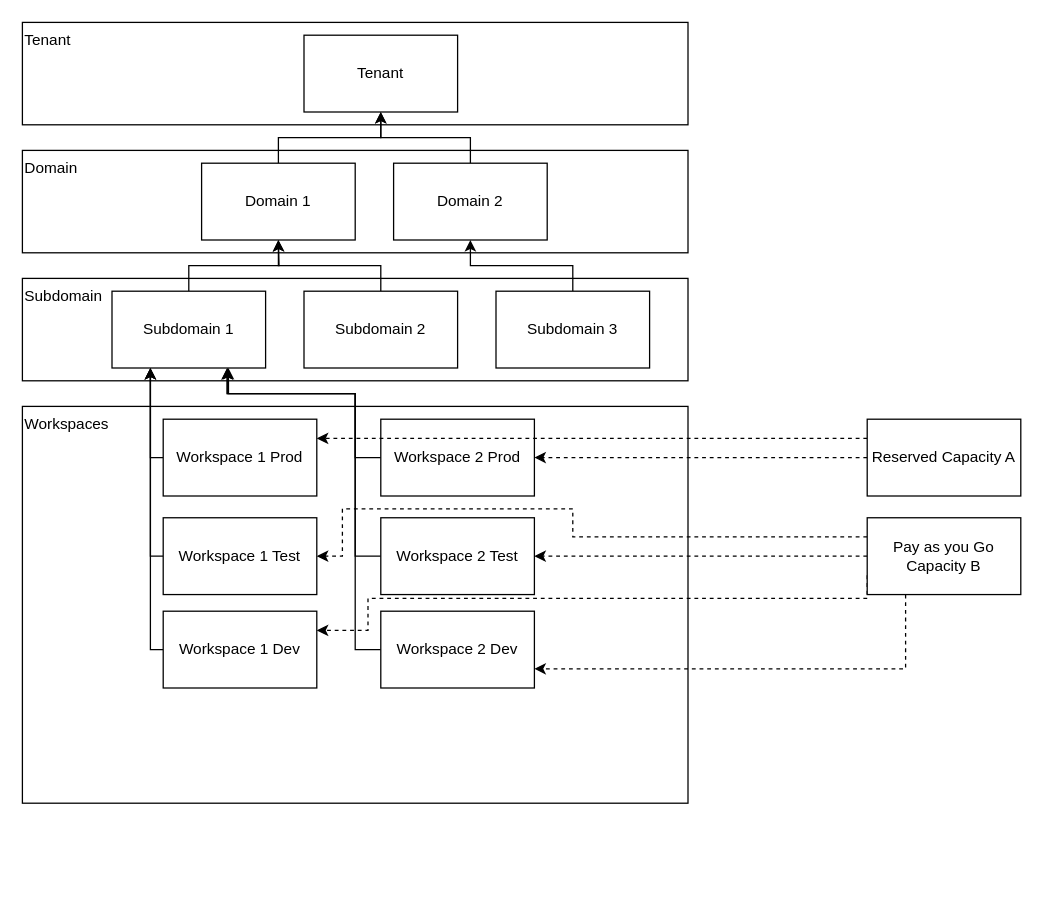
This is page "Fabric Hierarchy - Organigram" (3 of 5) of Fabric.drawio from jugi92/useful_architectures, a draw.io file, before an edit. Source tidied: cells renumbered, new cells numbered last; positions are measured from the earlier drawing's top-left corner, leaving out a move shared by most shapes. Both pictures are drawn from the tidied source at 128%, with x=0, y=0 at pixel (22, 22). Pictures stored in the file or linked from it are replaced by grey dashed boxes.
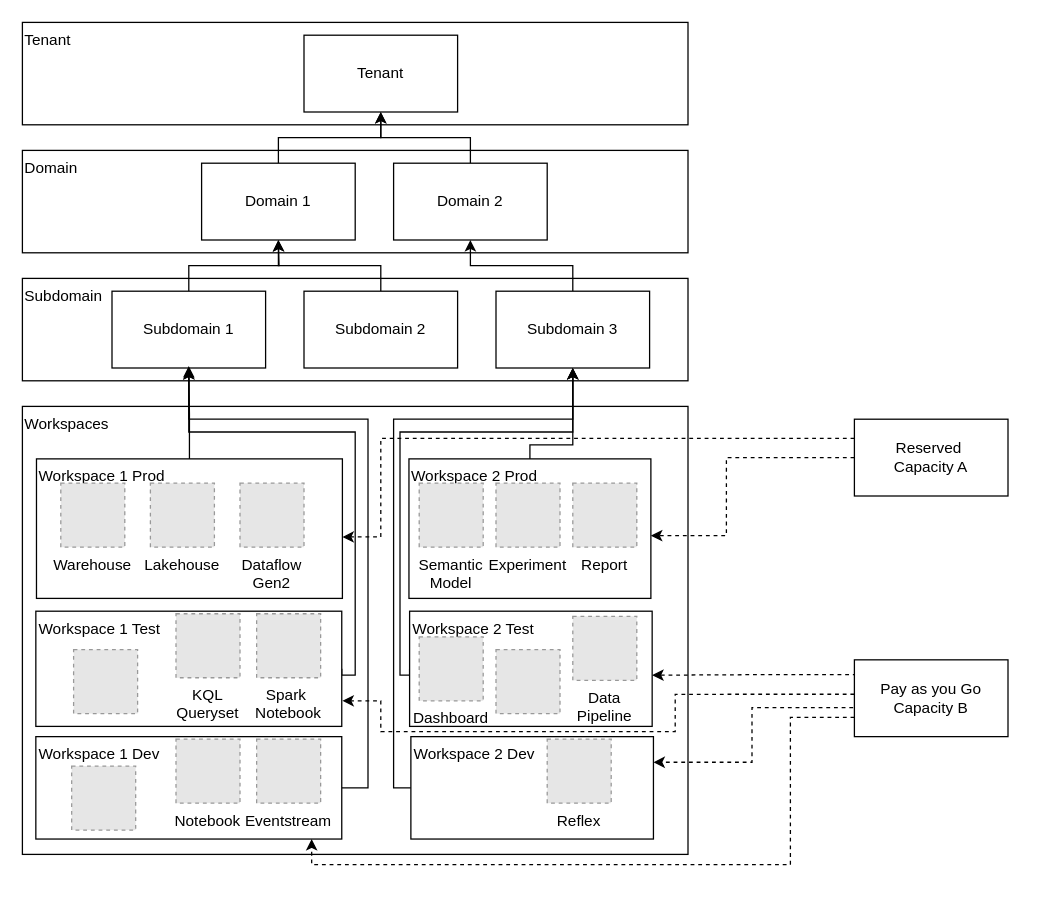
The same diagram, later.

The change refers to these unchanged cells:
```xml
<mxCell id="11" value="Subdomain 1" style="rounded=0;whiteSpace=wrap;html=1;" parent="1" vertex="1">
  <mxGeometry x="70" y="210" width="120" height="60" as="geometry" />
</mxCell>
<mxCell id="15" value="Subdomain 3" style="rounded=0;whiteSpace=wrap;html=1;" parent="1" vertex="1">
  <mxGeometry x="370" y="210" width="120" height="60" as="geometry" />
</mxCell>
```

What changed in the source:
```diff
@@
     <mxCell id="16" value="Workspaces" style="rounded=0;whiteSpace=wrap;html=1;verticalAlign=top;align=left;" parent="1" vertex="1">
-      <mxGeometry y="300" width="520" height="310" as="geometry" />
+      <mxGeometry y="300" width="520" height="350" as="geometry" />
     </mxCell>
-    <mxCell id="17" style="edgeStyle=orthogonalEdgeStyle;rounded=0;jettySize=auto;html=1;entryX=0.25;entryY=1;entryDx=0;entryDy=0;exitX=0;exitY=0.5;exitDx=0;exitDy=0;" parent="1" edge="1" source="18" target="11">
-      <mxGeometry relative="1" as="geometry">
-        <Array as="points">
-          <mxPoint x="100" y="340" />
-        </Array>
-      </mxGeometry>
+    <mxCell id="17" style="edgeStyle=orthogonalEdgeStyle;rounded=0;jettySize=auto;html=1;exitX=0.5;exitY=0;exitDx=0;exitDy=0;entryX=0.5;entryY=1;entryDx=0;entryDy=0;" parent="1" edge="1" source="18" target="11">
+      <mxGeometry relative="1" as="geometry" />
     </mxCell>
-    <mxCell id="18" value="Workspace 1 Prod" style="rounded=0;whiteSpace=wrap;html=1;" parent="1" vertex="1">
-      <mxGeometry x="110" y="310" width="120" height="60" as="geometry" />
+    <mxCell id="18" value="Workspace 1 Prod" style="rounded=0;whiteSpace=wrap;html=1;verticalAlign=top;align=left;" parent="1" vertex="1">
+      <mxGeometry x="11" y="341" width="239" height="109" as="geometry" />
     </mxCell>
+    <mxCell id="21" style="edgeStyle=orthogonalEdgeStyle;rounded=0;jettySize=auto;html=1;exitX=1;exitY=0.5;exitDx=0;exitDy=0;entryX=0.5;entryY=0.974;entryDx=0;entryDy=0;entryPerimeter=0;" parent="1" edge="1" source="22" target="11">
+      <mxGeometry relative="1" as="geometry">
+        <Array as="points">
+          <mxPoint x="260" y="510" />
+          <mxPoint x="260" y="320" />
+          <mxPoint x="130" y="320" />
+        </Array>
+      </mxGeometry>
+    </mxCell>
+    <mxCell id="22" value="Workspace 1 Test" style="rounded=0;whiteSpace=wrap;html=1;verticalAlign=top;align=left;" parent="1" vertex="1">
+      <mxGeometry x="10.5" y="460" width="239" height="90" as="geometry" />
+    </mxCell>
-    <mxCell id="19" style="edgeStyle=orthogonalEdgeStyle;rounded=0;jettySize=auto;html=1;exitX=0;exitY=0.5;exitDx=0;exitDy=0;entryX=0.25;entryY=1;entryDx=0;entryDy=0;" parent="1" edge="1" source="20" target="11">
+    <mxCell id="19" style="edgeStyle=orthogonalEdgeStyle;rounded=0;jettySize=auto;html=1;exitX=1;exitY=0.5;exitDx=0;exitDy=0;entryX=0.5;entryY=1;entryDx=0;entryDy=0;" parent="1" edge="1" source="20" target="11">
       <mxGeometry relative="1" as="geometry">
         <Array as="points">
-          <mxPoint x="100" y="490" />
+          <mxPoint x="270" y="598" />
+          <mxPoint x="270" y="310" />
+          <mxPoint x="130" y="310" />
         </Array>
       </mxGeometry>
     </mxCell>
-    <mxCell id="20" value="Workspace 1 Dev" style="rounded=0;whiteSpace=wrap;html=1;" parent="1" vertex="1">
-      <mxGeometry x="110" y="460" width="120" height="60" as="geometry" />
+    <mxCell id="20" value="Workspace 1 Dev" style="rounded=0;whiteSpace=wrap;html=1;verticalAlign=top;align=left;" parent="1" vertex="1">
+      <mxGeometry x="10.5" y="558" width="239" height="80" as="geometry" />
     </mxCell>
-    <mxCell id="21" style="edgeStyle=orthogonalEdgeStyle;rounded=0;jettySize=auto;html=1;entryX=0.25;entryY=1;entryDx=0;entryDy=0;exitX=0;exitY=0.5;exitDx=0;exitDy=0;" parent="1" edge="1" source="22" target="11">
-      <mxGeometry relative="1" as="geometry">
-        <Array as="points">
-          <mxPoint x="100" y="417" />
-        </Array>
-      </mxGeometry>
-    </mxCell>
-    <mxCell id="22" value="Workspace 1 Test" style="rounded=0;whiteSpace=wrap;html=1;" parent="1" vertex="1">
-      <mxGeometry x="110" y="387" width="120" height="60" as="geometry" />
-    </mxCell>
-    <mxCell id="23" style="edgeStyle=orthogonalEdgeStyle;rounded=0;jettySize=auto;html=1;exitX=0;exitY=0.5;exitDx=0;exitDy=0;" parent="1" edge="1" source="24" target="11">
-      <mxGeometry relative="1" as="geometry">
-        <Array as="points">
-          <mxPoint x="260" y="340" />
-          <mxPoint x="260" y="290" />
-          <mxPoint x="161" y="290" />
-        </Array>
-      </mxGeometry>
-    </mxCell>
+    <mxCell id="37" style="edgeStyle=orthogonalEdgeStyle;rounded=0;jettySize=auto;html=1;exitX=0.5;exitY=0;exitDx=0;exitDy=0;entryX=0.5;entryY=1;entryDx=0;entryDy=0;" parent="1" edge="1" source="24" target="15">
+      <mxGeometry relative="1" as="geometry">
+        <Array as="points">
+          <mxPoint x="397" y="330" />
+          <mxPoint x="430" y="330" />
+        </Array>
+      </mxGeometry>
+    </mxCell>
-    <mxCell id="24" value="Workspace 2 Prod" style="rounded=0;whiteSpace=wrap;html=1;" parent="1" vertex="1">
-      <mxGeometry x="280" y="310" width="120" height="60" as="geometry" />
+    <mxCell id="24" value="Workspace 2 Prod" style="rounded=0;whiteSpace=wrap;html=1;verticalAlign=top;align=left;" parent="1" vertex="1">
+      <mxGeometry x="302" y="341" width="189" height="109" as="geometry" />
     </mxCell>
-    <mxCell id="25" style="edgeStyle=orthogonalEdgeStyle;rounded=0;jettySize=auto;html=1;exitX=0;exitY=0.5;exitDx=0;exitDy=0;entryX=0.75;entryY=1;entryDx=0;entryDy=0;" parent="1" edge="1" source="26" target="11">
-      <mxGeometry relative="1" as="geometry">
-        <Array as="points">
-          <mxPoint x="260" y="490" />
-          <mxPoint x="260" y="290" />
-          <mxPoint x="160" y="290" />
-        </Array>
-      </mxGeometry>
-    </mxCell>
+    <mxCell id="38" style="edgeStyle=orthogonalEdgeStyle;rounded=0;jettySize=auto;html=1;exitX=0;exitY=0.5;exitDx=0;exitDy=0;entryX=0.5;entryY=1;entryDx=0;entryDy=0;" parent="1" edge="1" source="28" target="15">
+      <mxGeometry relative="1" as="geometry">
+        <Array as="points">
+          <mxPoint x="295" y="510" />
+          <mxPoint x="295" y="320" />
+          <mxPoint x="430" y="320" />
+        </Array>
+      </mxGeometry>
+    </mxCell>
+    <mxCell id="28" value="Workspace 2 Test" style="rounded=0;whiteSpace=wrap;html=1;verticalAlign=top;align=left;" parent="1" vertex="1">
+      <mxGeometry x="302.5" y="460" width="189.5" height="90" as="geometry" />
+    </mxCell>
+    <mxCell id="39" style="edgeStyle=orthogonalEdgeStyle;rounded=0;jettySize=auto;html=1;exitX=0;exitY=0.5;exitDx=0;exitDy=0;entryX=0.5;entryY=1;entryDx=0;entryDy=0;" parent="1" edge="1" source="26" target="15">
+      <mxGeometry relative="1" as="geometry">
+        <Array as="points">
+          <mxPoint x="290" y="598" />
+          <mxPoint x="290" y="310" />
+          <mxPoint x="430" y="310" />
+        </Array>
+      </mxGeometry>
+    </mxCell>
-    <mxCell id="26" value="Workspace 2 Dev" style="rounded=0;whiteSpace=wrap;html=1;" parent="1" vertex="1">
-      <mxGeometry x="280" y="460" width="120" height="60" as="geometry" />
+    <mxCell id="26" value="Workspace 2 Dev" style="rounded=0;whiteSpace=wrap;html=1;verticalAlign=top;align=left;" parent="1" vertex="1">
+      <mxGeometry x="303.5" y="558" width="189.5" height="80" as="geometry" />
     </mxCell>
-    <mxCell id="27" style="edgeStyle=orthogonalEdgeStyle;rounded=0;jettySize=auto;html=1;exitX=0;exitY=0.5;exitDx=0;exitDy=0;" parent="1" edge="1" source="28" target="11">
-      <mxGeometry relative="1" as="geometry">
-        <Array as="points">
-          <mxPoint x="260" y="417" />
-          <mxPoint x="260" y="290" />
-          <mxPoint x="160" y="290" />
-        </Array>
-      </mxGeometry>
-    </mxCell>
-    <mxCell id="28" value="Workspace 2 Test" style="rounded=0;whiteSpace=wrap;html=1;" parent="1" vertex="1">
-      <mxGeometry x="280" y="387" width="120" height="60" as="geometry" />
-    </mxCell>
-    <mxCell id="29" style="edgeStyle=orthogonalEdgeStyle;rounded=0;jettySize=auto;html=1;exitX=0;exitY=0.5;exitDx=0;exitDy=0;entryX=1;entryY=0.5;entryDx=0;entryDy=0;dashed=1;" parent="1" edge="1" source="31" target="24">
-      <mxGeometry relative="1" as="geometry" />
-    </mxCell>
-    <mxCell id="30" style="edgeStyle=orthogonalEdgeStyle;rounded=0;jettySize=auto;html=1;exitX=0;exitY=0.25;exitDx=0;exitDy=0;entryX=1;entryY=0.25;entryDx=0;entryDy=0;dashed=1;" parent="1" edge="1" source="31" target="18">
-      <mxGeometry relative="1" as="geometry" />
-    </mxCell>
+    <mxCell id="40" parent="0" />
+    <mxCell id="41" style="edgeStyle=orthogonalEdgeStyle;rounded=0;jettySize=auto;html=1;exitX=0;exitY=0.5;exitDx=0;exitDy=0;entryX=1;entryY=0.5;entryDx=0;entryDy=0;dashed=1;" parent="40" edge="1" source="31">
+      <mxGeometry relative="1" as="geometry">
+        <mxPoint x="491" y="401" as="targetPoint" />
+        <Array as="points">
+          <mxPoint x="550" y="340" />
+          <mxPoint x="550" y="401" />
+        </Array>
+      </mxGeometry>
+    </mxCell>
+    <mxCell id="42" style="edgeStyle=orthogonalEdgeStyle;rounded=0;jettySize=auto;html=1;exitX=0;exitY=0.25;exitDx=0;exitDy=0;dashed=1;" parent="40" edge="1" source="31">
+      <mxGeometry relative="1" as="geometry">
+        <mxPoint x="250" y="402" as="targetPoint" />
+        <Array as="points">
+          <mxPoint x="280" y="325" />
+          <mxPoint x="280" y="402" />
+        </Array>
+      </mxGeometry>
+    </mxCell>
-    <mxCell id="31" value="Reserved Capacity A" style="rounded=0;whiteSpace=wrap;html=1;" parent="1" vertex="1">
-      <mxGeometry x="660" y="310" width="120" height="60" as="geometry" />
+    <mxCell id="31" value="Reserved&amp;nbsp;&lt;div&gt;Capacity A&lt;/div&gt;" style="rounded=0;whiteSpace=wrap;html=1;" parent="40" vertex="1">
+      <mxGeometry x="650" y="310" width="120" height="60" as="geometry" />
     </mxCell>
-    <mxCell id="32" style="edgeStyle=orthogonalEdgeStyle;rounded=0;jettySize=auto;html=1;exitX=0;exitY=0.5;exitDx=0;exitDy=0;entryX=1;entryY=0.5;entryDx=0;entryDy=0;dashed=1;" parent="1" edge="1" source="36" target="28">
-      <mxGeometry relative="1" as="geometry" />
-    </mxCell>
-    <mxCell id="33" style="edgeStyle=orthogonalEdgeStyle;rounded=0;jettySize=auto;html=1;exitX=0;exitY=0.25;exitDx=0;exitDy=0;entryX=1;entryY=0.5;entryDx=0;entryDy=0;dashed=1;" parent="1" edge="1" source="36" target="22">
-      <mxGeometry relative="1" as="geometry">
-        <Array as="points">
-          <mxPoint x="430" y="402" />
-          <mxPoint x="430" y="380" />
-          <mxPoint x="250" y="380" />
-          <mxPoint x="250" y="417" />
-        </Array>
-      </mxGeometry>
-    </mxCell>
-    <mxCell id="34" style="edgeStyle=orthogonalEdgeStyle;rounded=0;jettySize=auto;html=1;exitX=0;exitY=0.75;exitDx=0;exitDy=0;entryX=1;entryY=0.25;entryDx=0;entryDy=0;dashed=1;" parent="1" edge="1" source="36" target="20">
-      <mxGeometry relative="1" as="geometry">
-        <Array as="points">
-          <mxPoint x="660" y="450" />
-          <mxPoint x="270" y="450" />
-          <mxPoint x="270" y="475" />
-        </Array>
-      </mxGeometry>
-    </mxCell>
-    <mxCell id="35" style="edgeStyle=orthogonalEdgeStyle;rounded=0;jettySize=auto;html=1;exitX=0.25;exitY=1;exitDx=0;exitDy=0;entryX=1;entryY=0.75;entryDx=0;entryDy=0;dashed=1;" parent="1" edge="1" source="36" target="26">
-      <mxGeometry relative="1" as="geometry" />
-    </mxCell>
+    <mxCell id="43" style="edgeStyle=orthogonalEdgeStyle;rounded=0;jettySize=auto;html=1;exitX=0.015;exitY=0.193;exitDx=0;exitDy=0;entryX=1;entryY=0.5;entryDx=0;entryDy=0;dashed=1;exitPerimeter=0;" parent="40" edge="1" source="36">
+      <mxGeometry relative="1" as="geometry">
+        <mxPoint x="492" y="510" as="targetPoint" />
+      </mxGeometry>
+    </mxCell>
+    <mxCell id="44" style="edgeStyle=orthogonalEdgeStyle;rounded=0;jettySize=auto;html=1;exitX=-0.001;exitY=0.448;exitDx=0;exitDy=0;entryX=1;entryY=0.75;entryDx=0;entryDy=0;dashed=1;exitPerimeter=0;" parent="40" edge="1" source="36">
+      <mxGeometry relative="1" as="geometry">
+        <mxPoint x="250" y="530" as="targetPoint" />
+        <Array as="points">
+          <mxPoint x="510" y="525" />
+          <mxPoint x="510" y="554" />
+          <mxPoint x="280" y="554" />
+          <mxPoint x="280" y="530" />
+        </Array>
+      </mxGeometry>
+    </mxCell>
+    <mxCell id="45" style="edgeStyle=orthogonalEdgeStyle;rounded=0;jettySize=auto;html=1;exitX=-0.008;exitY=0.622;exitDx=0;exitDy=0;entryX=1;entryY=0.25;entryDx=0;entryDy=0;dashed=1;exitPerimeter=0;" parent="40" edge="1" source="36">
+      <mxGeometry relative="1" as="geometry">
+        <mxPoint x="493" y="578" as="targetPoint" />
+        <Array as="points">
+          <mxPoint x="570" y="535" />
+          <mxPoint x="570" y="578" />
+        </Array>
+      </mxGeometry>
+    </mxCell>
-    <mxCell id="36" value="Pay as you Go&lt;div&gt;Capacity B&lt;/div&gt;" style="rounded=0;whiteSpace=wrap;html=1;" parent="1" vertex="1">
-      <mxGeometry x="660" y="387" width="120" height="60" as="geometry" />
+    <mxCell id="36" value="Pay as you Go&lt;div&gt;Capacity B&lt;/div&gt;" style="rounded=0;whiteSpace=wrap;html=1;" parent="40" vertex="1">
+      <mxGeometry x="650" y="498" width="120" height="60" as="geometry" />
     </mxCell>
+    <mxCell id="46" style="edgeStyle=orthogonalEdgeStyle;rounded=0;jettySize=auto;html=1;exitX=0;exitY=0.75;exitDx=0;exitDy=0;entryX=0.9;entryY=0.995;entryDx=0;entryDy=0;entryPerimeter=0;dashed=1;" parent="40" edge="1" source="36">
+      <mxGeometry relative="1" as="geometry">
+        <mxPoint x="226" y="638" as="targetPoint" />
+        <Array as="points">
+          <mxPoint x="600" y="543" />
+          <mxPoint x="600" y="658" />
+          <mxPoint x="226" y="658" />
+        </Array>
+      </mxGeometry>
+    </mxCell>
+    <mxCell id="47" parent="0" />
+    <mxCell id="48" style="fillColor=#E6E6E6;strokeColor=#999999;dashed=1;verticalLabelPosition=bottom;verticalAlign=top;" parent="47" vertex="1">
+      <mxGeometry x="370" y="490" width="50" height="50" as="geometry" />
+    </mxCell>
+    <mxCell id="49" value="Dataflow&#10;Gen2" style="fillColor=#E6E6E6;strokeColor=#999999;dashed=1;verticalLabelPosition=bottom;verticalAlign=top;" parent="47" vertex="1">
+      <mxGeometry x="170" y="360" width="50" height="50" as="geometry" />
+    </mxCell>
+    <mxCell id="50" value="Data&#10;Pipeline" style="fillColor=#E6E6E6;strokeColor=#999999;dashed=1;verticalLabelPosition=bottom;verticalAlign=top;" parent="47" vertex="1">
+      <mxGeometry x="430" y="464" width="50" height="50" as="geometry" />
+    </mxCell>
+    <mxCell id="51" value="Spark &#10;Notebook" style="fillColor=#E6E6E6;strokeColor=#999999;dashed=1;verticalLabelPosition=bottom;verticalAlign=top;" parent="47" vertex="1">
+      <mxGeometry x="183" y="462" width="50" height="50" as="geometry" />
+    </mxCell>
+    <mxCell id="52" value="Lakehouse" style="fillColor=#E6E6E6;strokeColor=#999999;dashed=1;verticalLabelPosition=bottom;verticalAlign=top;" parent="47" vertex="1">
+      <mxGeometry x="100" y="360" width="50" height="50" as="geometry" />
+    </mxCell>
+    <mxCell id="53" value="Experiment" style="fillColor=#E6E6E6;strokeColor=#999999;dashed=1;verticalLabelPosition=bottom;verticalAlign=top;" parent="47" vertex="1">
+      <mxGeometry x="370" y="360" width="50" height="50" as="geometry" />
+    </mxCell>
+    <mxCell id="54" style="fillColor=#E6E6E6;strokeColor=#999999;dashed=1;verticalLabelPosition=bottom;verticalAlign=top;" parent="47" vertex="1">
+      <mxGeometry x="40" y="490" width="50" height="50" as="geometry" />
+    </mxCell>
+    <mxCell id="55" value="Warehouse" style="fillColor=#E6E6E6;strokeColor=#999999;dashed=1;verticalLabelPosition=bottom;verticalAlign=top;" parent="47" vertex="1">
+      <mxGeometry x="30" y="360" width="50" height="50" as="geometry" />
+    </mxCell>
+    <mxCell id="56" style="fillColor=#E6E6E6;strokeColor=#999999;dashed=1;verticalLabelPosition=bottom;verticalAlign=top;" parent="47" vertex="1">
+      <mxGeometry x="38.5" y="581" width="50" height="50" as="geometry" />
+    </mxCell>
+    <mxCell id="57" value="KQL&#10;Queryset" style="fillColor=#E6E6E6;strokeColor=#999999;dashed=1;verticalLabelPosition=bottom;verticalAlign=top;" parent="47" vertex="1">
+      <mxGeometry x="120" y="462" width="50" height="50" as="geometry" />
+    </mxCell>
+    <mxCell id="58" value="Notebook" style="fillColor=#E6E6E6;strokeColor=#999999;dashed=1;verticalLabelPosition=bottom;verticalAlign=top;" parent="47" vertex="1">
+      <mxGeometry x="120" y="560" width="50" height="50" as="geometry" />
+    </mxCell>
+    <mxCell id="59" value="Report" style="fillColor=#E6E6E6;strokeColor=#999999;dashed=1;verticalLabelPosition=bottom;verticalAlign=top;" parent="47" vertex="1">
+      <mxGeometry x="430" y="360" width="50" height="50" as="geometry" />
+    </mxCell>
+    <mxCell id="60" value="Dashboard" style="fillColor=#E6E6E6;strokeColor=#999999;dashed=1;verticalLabelPosition=bottom;verticalAlign=top;" parent="47" vertex="1">
+      <mxGeometry x="310" y="480" width="50" height="50" as="geometry" />
+    </mxCell>
+    <mxCell id="61" value="Reflex" style="fillColor=#E6E6E6;strokeColor=#999999;dashed=1;verticalLabelPosition=bottom;verticalAlign=top;" parent="47" vertex="1">
+      <mxGeometry x="410" y="560" width="50" height="50" as="geometry" />
+    </mxCell>
+    <mxCell id="62" value="Eventstream" style="fillColor=#E6E6E6;strokeColor=#999999;dashed=1;verticalLabelPosition=bottom;verticalAlign=top;" parent="47" vertex="1">
+      <mxGeometry x="183" y="560" width="50" height="50" as="geometry" />
+    </mxCell>
+    <mxCell id="63" value="Semantic&#10;Model" style="fillColor=#E6E6E6;strokeColor=#999999;dashed=1;verticalLabelPosition=bottom;verticalAlign=top;" parent="47" vertex="1">
+      <mxGeometry x="310" y="360" width="50" height="50" as="geometry" />
+    </mxCell>
```
